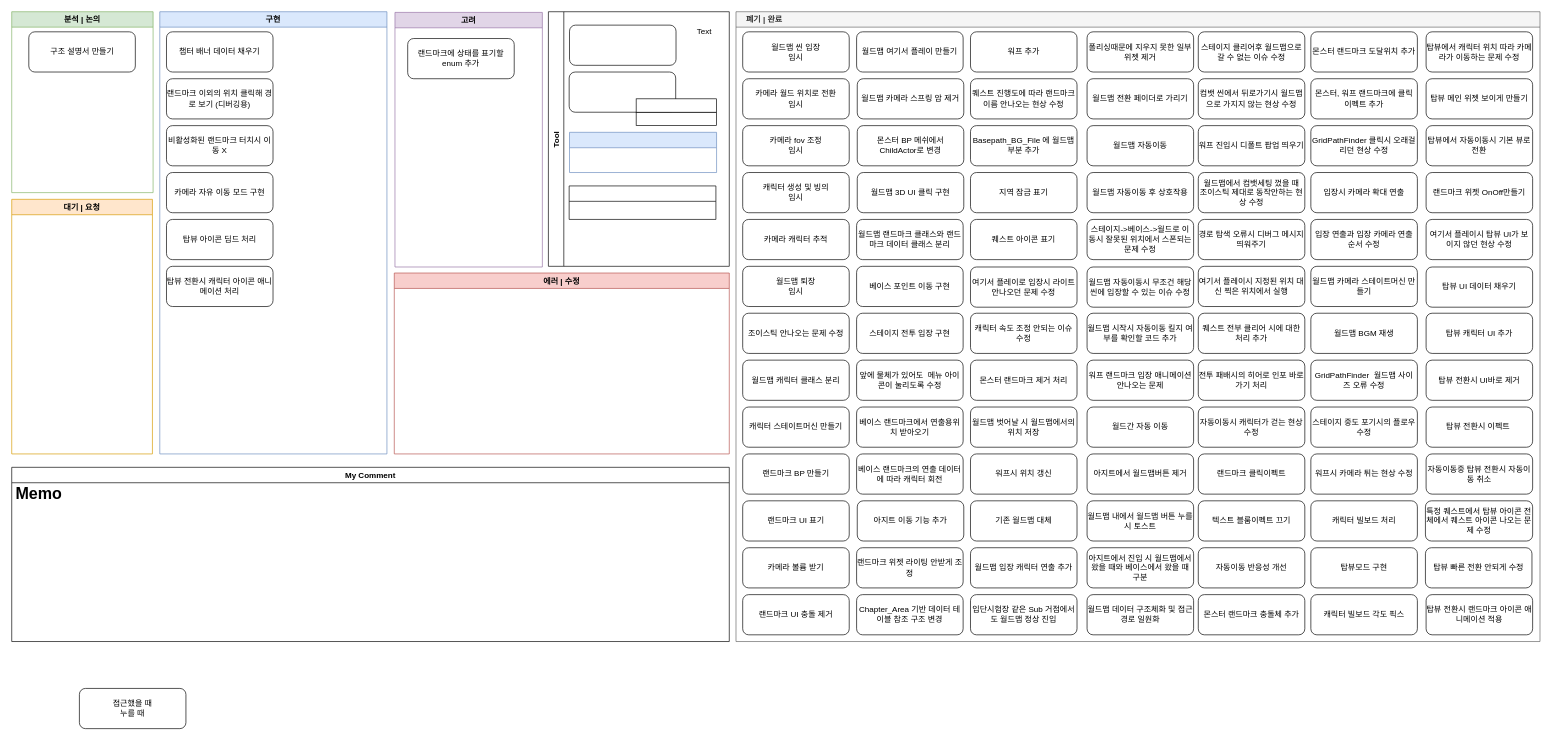
Earlier version of the draw.io diagram 스테이지 자동진행 진행상황.drawio (Endorr/Job-Board). Source tidied: cells renumbered, new cells numbered last; positions are measured from the earlier drawing's top-left corner, leaving out a move shared by most shapes. Both pictures are drawn from the tidied source at 67%, with x=0, y=0 at pixel (11, 11).
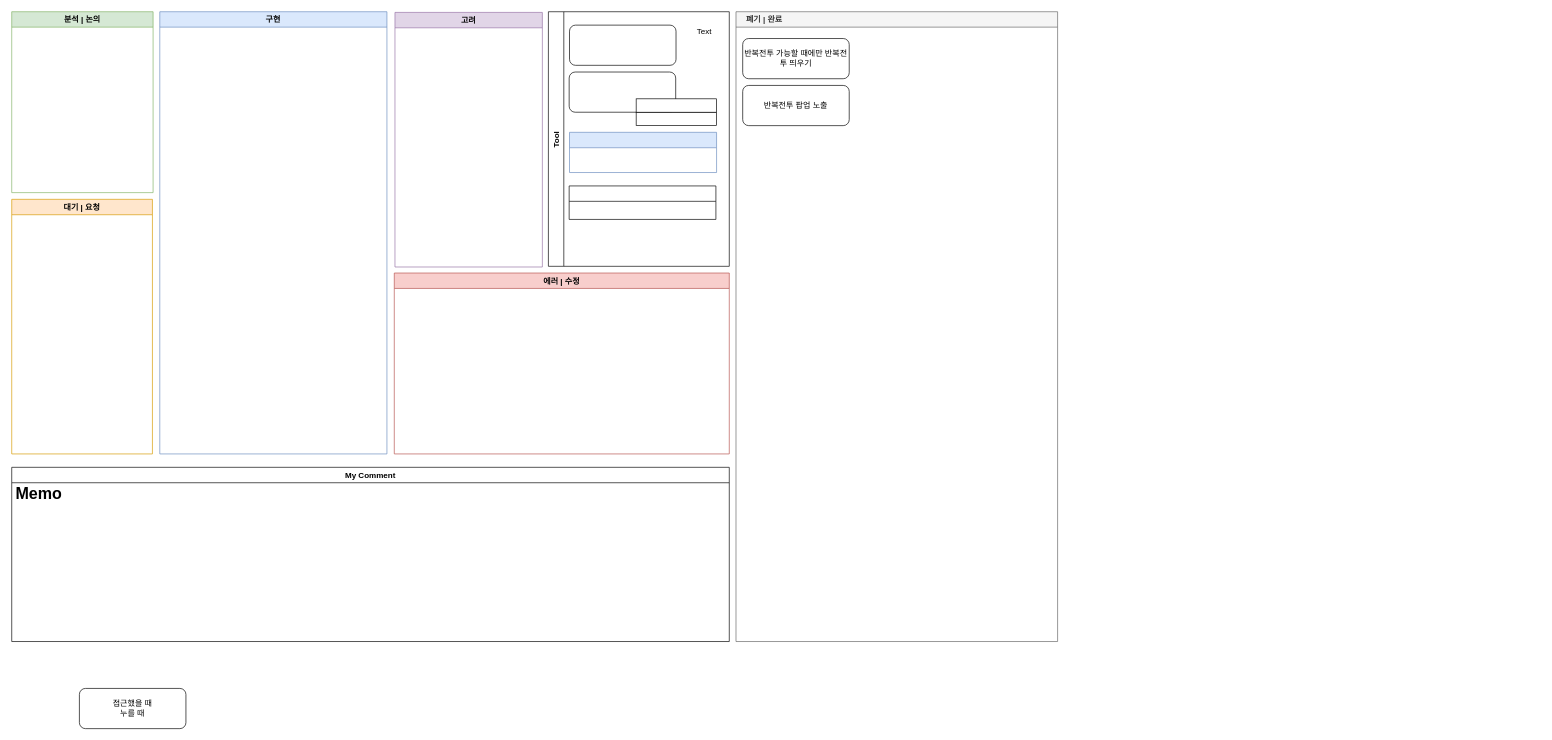
Above is the later version.

Commit message:
Update 스테이지 자동진행 진행상황.drawio

Unchanged cells that the change refers to:
```xml
<mxCell id="2" value="구현" style="swimlane;fillColor=#dae8fc;strokeColor=#6c8ebf;" parent="1" vertex="1">
  <mxGeometry x="221" width="339" height="660" as="geometry" />
</mxCell>
<mxCell id="9" value="분석 | 논의" style="swimlane;strokeColor=#82b366;fillColor=#D5E8D4;" parent="1" vertex="1">
  <mxGeometry width="211" height="270" as="geometry" />
</mxCell>
<mxCell id="11" value="고려" style="swimlane;fillColor=#e1d5e7;strokeColor=#9673a6;" parent="1" vertex="1">
  <mxGeometry x="572" y="1" width="220" height="380" as="geometry" />
</mxCell>
```

What changed in the source:
```diff
@@
-    <mxCell id="3" value="챕터 배너 데이터 채우기" style="rounded=1;whiteSpace=wrap;html=1;" parent="2" vertex="1">
-      <mxGeometry x="10" y="30" width="159" height="60" as="geometry" />
-    </mxCell>
-    <mxCell id="4" value="랜드마크 이외의 위치 클릭해 경로 보기 (디버깅용)" style="rounded=1;whiteSpace=wrap;html=1;" parent="2" vertex="1">
-      <mxGeometry x="10" y="100" width="159" height="60" as="geometry" />
-    </mxCell>
-    <mxCell id="5" value="비활성화된 랜드마크 터치시 이동 X" style="rounded=1;whiteSpace=wrap;html=1;" parent="2" vertex="1">
-      <mxGeometry x="10" y="170" width="159" height="60" as="geometry" />
-    </mxCell>
-    <mxCell id="6" value="카메라 자유 이동 모드 구현" style="rounded=1;whiteSpace=wrap;html=1;" parent="2" vertex="1">
-      <mxGeometry x="10" y="240" width="159" height="60" as="geometry" />
-    </mxCell>
-    <mxCell id="7" value="탑뷰 아이콘 딤드 처리" style="rounded=1;whiteSpace=wrap;html=1;" parent="2" vertex="1">
-      <mxGeometry x="10" y="310" width="159" height="60" as="geometry" />
-    </mxCell>
-    <mxCell id="8" value="탑뷰 전환시 캐릭터 아이콘 애니메이션 처리" style="rounded=1;whiteSpace=wrap;html=1;" parent="2" vertex="1">
-      <mxGeometry x="10" y="380" width="159" height="60" as="geometry" />
-    </mxCell>
@@
-    <mxCell id="10" value="구조 설명서 만들기" style="rounded=1;whiteSpace=wrap;html=1;" parent="9" vertex="1">
-      <mxGeometry x="25.5" y="30" width="159" height="60" as="geometry" />
-    </mxCell>
@@
-    <mxCell id="12" value="랜드마크에 상태를 표기할 enum 추가" style="rounded=1;whiteSpace=wrap;html=1;" parent="11" vertex="1">
-      <mxGeometry x="19" y="39" width="159" height="60" as="geometry" />
-    </mxCell>
@@
     <mxCell id="15" value="    폐기 | 완료" style="swimlane;strokeColor=#666666;fillColor=#f5f5f5;fontColor=#333333;align=left;" parent="1" vertex="1">
-      <mxGeometry x="1081" width="1200" height="940" as="geometry" />
+      <mxGeometry x="1081" width="480" height="940" as="geometry" />
     </mxCell>
-    <mxCell id="16" value="월드맵 씬 입장&lt;br&gt;임시" style="rounded=1;whiteSpace=wrap;html=1;" parent="15" vertex="1">
-      <mxGeometry x="10" y="30" width="159" height="60" as="geometry" />
-    </mxCell>
-    <mxCell id="17" value="카메라 월드 위치로 전환&lt;br&gt;임시" style="rounded=1;whiteSpace=wrap;html=1;" parent="15" vertex="1">
-      <mxGeometry x="10" y="100" width="159" height="60" as="geometry" />
-    </mxCell>
-    <mxCell id="18" value="카메라 fov 조정&lt;br&gt;임시" style="rounded=1;whiteSpace=wrap;html=1;" parent="15" vertex="1">
-      <mxGeometry x="10" y="170" width="159" height="60" as="geometry" />
-    </mxCell>
-    <mxCell id="19" value="캐릭터 생성 및 빙의&lt;br&gt;임시" style="rounded=1;whiteSpace=wrap;html=1;" parent="15" vertex="1">
-      <mxGeometry x="10" y="240" width="159" height="60" as="geometry" />
-    </mxCell>
-    <mxCell id="20" value="카메라 캐릭터 추적" style="rounded=1;whiteSpace=wrap;html=1;" parent="15" vertex="1">
-      <mxGeometry x="10" y="310" width="159" height="60" as="geometry" />
-    </mxCell>
-    <mxCell id="21" value="월드맵 퇴장&lt;br&gt;임시" style="rounded=1;whiteSpace=wrap;html=1;" parent="15" vertex="1">
-      <mxGeometry x="10" y="380" width="159" height="60" as="geometry" />
-    </mxCell>
-    <mxCell id="22" value="조이스틱 안나오는 문제 수정" style="rounded=1;whiteSpace=wrap;html=1;" parent="15" vertex="1">
-      <mxGeometry x="10" y="450" width="159" height="60" as="geometry" />
-    </mxCell>
-    <mxCell id="23" value="월드맵 캐릭터 클래스 분리" style="rounded=1;whiteSpace=wrap;html=1;" parent="15" vertex="1">
-      <mxGeometry x="10" y="520" width="159" height="60" as="geometry" />
-    </mxCell>
-    <mxCell id="24" value="캐릭터 스테이트머신 만들기" style="rounded=1;whiteSpace=wrap;html=1;" parent="15" vertex="1">
-      <mxGeometry x="10" y="590" width="159" height="60" as="geometry" />
-    </mxCell>
-    <mxCell id="25" value="랜드마크 BP 만들기" style="rounded=1;whiteSpace=wrap;html=1;" parent="15" vertex="1">
-      <mxGeometry x="10" y="660" width="159" height="60" as="geometry" />
-    </mxCell>
-    <mxCell id="26" value="랜드마크 UI 표기" style="rounded=1;whiteSpace=wrap;html=1;" parent="15" vertex="1">
-      <mxGeometry x="10" y="730" width="159" height="60" as="geometry" />
-    </mxCell>
-    <mxCell id="27" value="카메라 볼륨 받기" style="rounded=1;whiteSpace=wrap;html=1;" parent="15" vertex="1">
-      <mxGeometry x="10" y="800" width="159" height="60" as="geometry" />
-    </mxCell>
-    <mxCell id="28" value="랜드마크 UI 충돌 제거" style="rounded=1;whiteSpace=wrap;html=1;" parent="15" vertex="1">
-      <mxGeometry x="10" y="870" width="159" height="60" as="geometry" />
-    </mxCell>
-    <mxCell id="29" value="월드맵 여기서 플레이 만들기" style="rounded=1;whiteSpace=wrap;html=1;" parent="15" vertex="1">
-      <mxGeometry x="180" y="30" width="159" height="60" as="geometry" />
-    </mxCell>
-    <mxCell id="30" value="월드맵 카메라 스프링 암 제거" style="rounded=1;whiteSpace=wrap;html=1;" parent="15" vertex="1">
-      <mxGeometry x="181" y="100" width="159" height="60" as="geometry" />
-    </mxCell>
-    <mxCell id="31" value="몬스터 BP 메쉬에서 ChildActor로 변경" style="rounded=1;whiteSpace=wrap;html=1;" parent="15" vertex="1">
-      <mxGeometry x="181" y="170" width="159" height="60" as="geometry" />
-    </mxCell>
-    <mxCell id="32" value="월드맵 3D UI 클릭 구현" style="rounded=1;whiteSpace=wrap;html=1;" parent="15" vertex="1">
-      <mxGeometry x="181" y="240" width="159" height="60" as="geometry" />
-    </mxCell>
-    <mxCell id="33" value="월드맵 랜드마크 클래스와 랜드마크 데이터 클래스 분리" style="rounded=1;whiteSpace=wrap;html=1;" parent="15" vertex="1">
-      <mxGeometry x="180" y="310" width="159" height="60" as="geometry" />
-    </mxCell>
-    <mxCell id="34" value="베이스 포인트 이동 구현" style="rounded=1;whiteSpace=wrap;html=1;" parent="15" vertex="1">
-      <mxGeometry x="180" y="380" width="159" height="60" as="geometry" />
-    </mxCell>
-    <mxCell id="35" value="스테이지 전투 입장 구현" style="rounded=1;whiteSpace=wrap;html=1;" parent="15" vertex="1">
-      <mxGeometry x="180" y="450" width="159" height="60" as="geometry" />
-    </mxCell>
-    <mxCell id="36" value="앞에 물체가 있어도&amp;nbsp; 메뉴 아이콘이 눌리도록 수정" style="rounded=1;whiteSpace=wrap;html=1;" parent="15" vertex="1">
-      <mxGeometry x="180" y="520" width="159" height="60" as="geometry" />
-    </mxCell>
-    <mxCell id="37" value="베이스 랜드마크에서 연출용위치 받아오기" style="rounded=1;whiteSpace=wrap;html=1;" parent="15" vertex="1">
-      <mxGeometry x="180" y="590" width="159" height="60" as="geometry" />
-    </mxCell>
-    <mxCell id="38" value="베이스 랜드마크의 연출 데이터에 따라 캐릭터 회전" style="rounded=1;whiteSpace=wrap;html=1;" parent="15" vertex="1">
-      <mxGeometry x="180" y="660" width="159" height="60" as="geometry" />
-    </mxCell>
-    <mxCell id="39" value="아지트 이동 기능 추가" style="rounded=1;whiteSpace=wrap;html=1;" parent="15" vertex="1">
-      <mxGeometry x="181" y="730" width="159" height="60" as="geometry" />
-    </mxCell>
-    <mxCell id="40" value="랜드마크 위젯 라이팅 안받게 조정" style="rounded=1;whiteSpace=wrap;html=1;" parent="15" vertex="1">
-      <mxGeometry x="180" y="800" width="159" height="60" as="geometry" />
-    </mxCell>
-    <mxCell id="41" value="Chapter_Area 기반 데이터 테이블 참조 구조 변경" style="rounded=1;whiteSpace=wrap;html=1;" parent="15" vertex="1">
-      <mxGeometry x="180" y="870" width="159" height="60" as="geometry" />
-    </mxCell>
-    <mxCell id="42" value="워프 추가" style="rounded=1;whiteSpace=wrap;html=1;" parent="15" vertex="1">
-      <mxGeometry x="350" y="30" width="159" height="60" as="geometry" />
-    </mxCell>
-    <mxCell id="43" value="퀘스트 진행도에 따라 랜드마크 이름 안나오는 현상 수정" style="rounded=1;whiteSpace=wrap;html=1;" parent="15" vertex="1">
-      <mxGeometry x="350" y="100" width="159" height="60" as="geometry" />
-    </mxCell>
-    <mxCell id="44" value="Basepath_BG_File 에 월드맵 부분 추가" style="rounded=1;whiteSpace=wrap;html=1;" parent="15" vertex="1">
-      <mxGeometry x="350" y="170" width="159" height="60" as="geometry" />
-    </mxCell>
-    <mxCell id="45" value="지역 잠금 표기" style="rounded=1;whiteSpace=wrap;html=1;" parent="15" vertex="1">
-      <mxGeometry x="350" y="240" width="159" height="60" as="geometry" />
-    </mxCell>
-    <mxCell id="46" value="퀘스트 아이콘 표기" style="rounded=1;whiteSpace=wrap;html=1;" parent="15" vertex="1">
-      <mxGeometry x="350" y="310" width="159" height="60" as="geometry" />
-    </mxCell>
-    <mxCell id="47" value="여기서 플레이로 입장시 라이트 안나오던 문제 수정" style="rounded=1;whiteSpace=wrap;html=1;" parent="15" vertex="1">
-      <mxGeometry x="350" y="381" width="159" height="60" as="geometry" />
-    </mxCell>
-    <mxCell id="48" value="캐릭터 속도 조정 안되는 이슈 수정" style="rounded=1;whiteSpace=wrap;html=1;" parent="15" vertex="1">
-      <mxGeometry x="350" y="450" width="159" height="60" as="geometry" />
-    </mxCell>
-    <mxCell id="49" value="몬스터 랜드마크 제거 처리" style="rounded=1;whiteSpace=wrap;html=1;" parent="15" vertex="1">
-      <mxGeometry x="350" y="520" width="159" height="60" as="geometry" />
-    </mxCell>
-    <mxCell id="50" value="월드맵 벗어날 시 월드맵에서의 위치 저장" style="rounded=1;whiteSpace=wrap;html=1;" parent="15" vertex="1">
-      <mxGeometry x="350" y="590" width="159" height="60" as="geometry" />
-    </mxCell>
-    <mxCell id="51" value="워프시 위치 갱신" style="rounded=1;whiteSpace=wrap;html=1;" parent="15" vertex="1">
-      <mxGeometry x="350" y="660" width="159" height="60" as="geometry" />
-    </mxCell>
-    <mxCell id="52" value="기존 월드맵 대체" style="rounded=1;whiteSpace=wrap;html=1;" parent="15" vertex="1">
-      <mxGeometry x="350" y="730" width="159" height="60" as="geometry" />
-    </mxCell>
-    <mxCell id="53" value="월드맵 입장 캐릭터 연출 추가" style="rounded=1;whiteSpace=wrap;html=1;" parent="15" vertex="1">
-      <mxGeometry x="350" y="800" width="159" height="60" as="geometry" />
-    </mxCell>
-    <mxCell id="54" value="입단시험장 같은 Sub 거점에서도 월드맵 정상 진입" style="rounded=1;whiteSpace=wrap;html=1;" parent="15" vertex="1">
-      <mxGeometry x="350" y="870" width="159" height="60" as="geometry" />
-    </mxCell>
-    <mxCell id="55" value="폴리싱때문에 지우지 못한 일부 위젯 제거" style="rounded=1;whiteSpace=wrap;html=1;" parent="15" vertex="1">
-      <mxGeometry x="524" y="30" width="159" height="60" as="geometry" />
-    </mxCell>
-    <mxCell id="56" value="월드맵 전환 페이더로 가리기" style="rounded=1;whiteSpace=wrap;html=1;" parent="15" vertex="1">
-      <mxGeometry x="524" y="100" width="159" height="60" as="geometry" />
-    </mxCell>
-    <mxCell id="57" value="월드맵 자동이동" style="rounded=1;whiteSpace=wrap;html=1;" parent="15" vertex="1">
-      <mxGeometry x="524" y="170" width="159" height="60" as="geometry" />
-    </mxCell>
-    <mxCell id="58" value="월드맵 자동이동 후 상호작용" style="rounded=1;whiteSpace=wrap;html=1;" parent="15" vertex="1">
-      <mxGeometry x="524" y="240" width="159" height="60" as="geometry" />
-    </mxCell>
-    <mxCell id="59" value="스테이지-&amp;gt;베이스-&amp;gt;월드로 이동시 잘못된 위치에서 스폰되는 문제 수정" style="rounded=1;whiteSpace=wrap;html=1;" parent="15" vertex="1">
-      <mxGeometry x="524" y="310" width="159" height="60" as="geometry" />
-    </mxCell>
-    <mxCell id="60" value="월드맵 자동이동시 무조건 해당 씬에 입장할 수 있는 이슈 수정" style="rounded=1;whiteSpace=wrap;html=1;" parent="15" vertex="1">
-      <mxGeometry x="524" y="381" width="159" height="60" as="geometry" />
-    </mxCell>
-    <mxCell id="61" value="월드맵 시작시 자동이동 킬지 여부를 확인할 코드 추가" style="rounded=1;whiteSpace=wrap;html=1;" parent="15" vertex="1">
-      <mxGeometry x="524" y="450" width="159" height="60" as="geometry" />
-    </mxCell>
-    <mxCell id="62" value="워프 랜드마크 입장 애니메이션 안나오는 문제" style="rounded=1;whiteSpace=wrap;html=1;" parent="15" vertex="1">
-      <mxGeometry x="524" y="520" width="159" height="60" as="geometry" />
-    </mxCell>
-    <mxCell id="63" value="월드간 자동 이동" style="rounded=1;whiteSpace=wrap;html=1;" parent="15" vertex="1">
-      <mxGeometry x="524" y="590" width="159" height="60" as="geometry" />
-    </mxCell>
-    <mxCell id="64" value="아지트에서 월드맵버튼 제거" style="rounded=1;whiteSpace=wrap;html=1;" parent="15" vertex="1">
-      <mxGeometry x="524" y="660" width="159" height="60" as="geometry" />
-    </mxCell>
-    <mxCell id="65" value="월드맵 내에서 월드맵 버튼 누를 시 토스트" style="rounded=1;whiteSpace=wrap;html=1;" parent="15" vertex="1">
-      <mxGeometry x="524" y="730" width="159" height="60" as="geometry" />
-    </mxCell>
-    <mxCell id="66" value="아지트에서 진입 시 월드맵에서 왔을 때와 베이스에서 왔을 때 구분" style="rounded=1;whiteSpace=wrap;html=1;" parent="15" vertex="1">
-      <mxGeometry x="524" y="800" width="159" height="60" as="geometry" />
-    </mxCell>
-    <mxCell id="67" value="월드맵 데이터 구조체화 및 접근 경로 일원화" style="rounded=1;whiteSpace=wrap;html=1;" parent="15" vertex="1">
-      <mxGeometry x="524" y="870" width="159" height="60" as="geometry" />
-    </mxCell>
-    <mxCell id="68" value="스테이지 클리어후 월드맵으로 갈 수 없는 이슈 수정" style="rounded=1;whiteSpace=wrap;html=1;" parent="15" vertex="1">
-      <mxGeometry x="690" y="30" width="159" height="60" as="geometry" />
-    </mxCell>
-    <mxCell id="69" value="컴뱃 씬에서 뒤로가기시 월드맵으로 가지지 않는 현상 수정" style="rounded=1;whiteSpace=wrap;html=1;" parent="15" vertex="1">
-      <mxGeometry x="690" y="100" width="159" height="60" as="geometry" />
-    </mxCell>
-    <mxCell id="70" value="워프 진입시 디폴트 팝업 띄우기" style="rounded=1;whiteSpace=wrap;html=1;" parent="15" vertex="1">
-      <mxGeometry x="690" y="170" width="159" height="60" as="geometry" />
-    </mxCell>
-    <mxCell id="71" value="월드맵에서 컴뱃세팅 껐을 때&lt;br&gt;조이스틱 제대로 동작안하는 현상 수정" style="rounded=1;whiteSpace=wrap;html=1;" parent="15" vertex="1">
-      <mxGeometry x="690" y="240" width="159" height="60" as="geometry" />
-    </mxCell>
-    <mxCell id="72" value="경로 탐색 오류시 디버그 메시지 띄워주기" style="rounded=1;whiteSpace=wrap;html=1;" parent="15" vertex="1">
-      <mxGeometry x="690" y="310" width="159" height="60" as="geometry" />
-    </mxCell>
-    <mxCell id="73" value="여기서 플레이시 지정된 위치 대신 찍은 위치에서 실행" style="rounded=1;whiteSpace=wrap;html=1;" parent="15" vertex="1">
-      <mxGeometry x="690" y="380" width="159" height="60" as="geometry" />
-    </mxCell>
-    <mxCell id="74" value="퀘스트 전부 클리어 시에 대한 처리 추가" style="rounded=1;whiteSpace=wrap;html=1;" parent="15" vertex="1">
-      <mxGeometry x="690" y="450" width="159" height="60" as="geometry" />
-    </mxCell>
-    <mxCell id="75" value="전투 패배시의 히어로 인포 바로가기 처리" style="rounded=1;whiteSpace=wrap;html=1;" parent="15" vertex="1">
-      <mxGeometry x="690" y="520" width="159" height="60" as="geometry" />
-    </mxCell>
-    <mxCell id="76" value="자동이동시 캐릭터가 걷는 현상 수정" style="rounded=1;whiteSpace=wrap;html=1;" parent="15" vertex="1">
-      <mxGeometry x="690" y="590" width="159" height="60" as="geometry" />
-    </mxCell>
-    <mxCell id="77" value="랜드마크 클릭이펙트" style="rounded=1;whiteSpace=wrap;html=1;" parent="15" vertex="1">
-      <mxGeometry x="690" y="660" width="159" height="60" as="geometry" />
-    </mxCell>
-    <mxCell id="78" value="텍스트 블룸이펙트 끄기" style="rounded=1;whiteSpace=wrap;html=1;" parent="15" vertex="1">
-      <mxGeometry x="690" y="730" width="159" height="60" as="geometry" />
-    </mxCell>
-    <mxCell id="79" value="자동이동 반응성 개선" style="rounded=1;whiteSpace=wrap;html=1;" parent="15" vertex="1">
-      <mxGeometry x="690" y="800" width="159" height="60" as="geometry" />
-    </mxCell>
-    <mxCell id="80" value="몬스터 랜드마크 충돌체 추가" style="rounded=1;whiteSpace=wrap;html=1;" parent="15" vertex="1">
-      <mxGeometry x="690" y="870" width="159" height="60" as="geometry" />
-    </mxCell>
-    <mxCell id="81" value="몬스터 랜드마크 도달위치 추가" style="rounded=1;whiteSpace=wrap;html=1;" parent="15" vertex="1">
-      <mxGeometry x="858" y="30" width="159" height="60" as="geometry" />
-    </mxCell>
-    <mxCell id="82" value="몬스터, 워프 랜드마크에 클릭 이펙트 추가" style="rounded=1;whiteSpace=wrap;html=1;" parent="15" vertex="1">
-      <mxGeometry x="858" y="100" width="159" height="60" as="geometry" />
-    </mxCell>
-    <mxCell id="83" value="GridPathFinder 클릭시 오래걸리던 현상 수정" style="rounded=1;whiteSpace=wrap;html=1;" parent="15" vertex="1">
-      <mxGeometry x="858" y="170" width="159" height="60" as="geometry" />
-    </mxCell>
-    <mxCell id="84" value="입장시 카메라 확대 연출" style="rounded=1;whiteSpace=wrap;html=1;" parent="15" vertex="1">
-      <mxGeometry x="858" y="240" width="159" height="60" as="geometry" />
-    </mxCell>
-    <mxCell id="85" value="입장 연출과 입장 카메라 연출 순서 수정" style="rounded=1;whiteSpace=wrap;html=1;" parent="15" vertex="1">
-      <mxGeometry x="858" y="310" width="159" height="60" as="geometry" />
-    </mxCell>
-    <mxCell id="86" value="월드맵 카메라 스테이트머신 만들기" style="rounded=1;whiteSpace=wrap;html=1;" parent="15" vertex="1">
-      <mxGeometry x="858" y="380" width="159" height="60" as="geometry" />
-    </mxCell>
-    <mxCell id="87" value="월드맵 BGM 재생" style="rounded=1;whiteSpace=wrap;html=1;" parent="15" vertex="1">
-      <mxGeometry x="858" y="450" width="159" height="60" as="geometry" />
-    </mxCell>
-    <mxCell id="88" value="GridPathFinder&amp;nbsp; 월드맵 사이즈 오류 수정" style="rounded=1;whiteSpace=wrap;html=1;" parent="15" vertex="1">
-      <mxGeometry x="858" y="520" width="159" height="60" as="geometry" />
-    </mxCell>
-    <mxCell id="89" value="스테이지 중도 포기시의 플로우 수정" style="rounded=1;whiteSpace=wrap;html=1;" parent="15" vertex="1">
-      <mxGeometry x="858" y="590" width="159" height="60" as="geometry" />
-    </mxCell>
-    <mxCell id="90" value="워프시 카메라 튀는 현상 수정" style="rounded=1;whiteSpace=wrap;html=1;" parent="15" vertex="1">
-      <mxGeometry x="858" y="660" width="159" height="60" as="geometry" />
-    </mxCell>
-    <mxCell id="91" value="캐릭터 빌보드 처리" style="rounded=1;whiteSpace=wrap;html=1;" parent="15" vertex="1">
-      <mxGeometry x="858" y="730" width="159" height="60" as="geometry" />
-    </mxCell>
-    <mxCell id="92" value="탑뷰모드 구현" style="rounded=1;whiteSpace=wrap;html=1;" parent="15" vertex="1">
-      <mxGeometry x="858" y="800" width="159" height="60" as="geometry" />
-    </mxCell>
-    <mxCell id="93" value="캐릭터 빌보드 각도 픽스" style="rounded=1;whiteSpace=wrap;html=1;" parent="15" vertex="1">
-      <mxGeometry x="858" y="870" width="159" height="60" as="geometry" />
-    </mxCell>
-    <mxCell id="94" value="탑뷰에서 캐릭터 위치 따라 카메라가 이동하는 문제 수정" style="rounded=1;whiteSpace=wrap;html=1;" parent="15" vertex="1">
-      <mxGeometry x="1030" y="30" width="159" height="60" as="geometry" />
-    </mxCell>
-    <mxCell id="95" value="탑뷰 메인 위젯 보이게 만들기" style="rounded=1;whiteSpace=wrap;html=1;" parent="15" vertex="1">
-      <mxGeometry x="1030" y="100" width="159" height="60" as="geometry" />
-    </mxCell>
-    <mxCell id="96" value="탑뷰에서 자동이동시 기본 뷰로 전환" style="rounded=1;whiteSpace=wrap;html=1;" parent="15" vertex="1">
-      <mxGeometry x="1030" y="170" width="159" height="60" as="geometry" />
-    </mxCell>
-    <mxCell id="97" value="랜드마크 위젯 OnOff만들기" style="rounded=1;whiteSpace=wrap;html=1;" parent="15" vertex="1">
-      <mxGeometry x="1030" y="240" width="159" height="60" as="geometry" />
-    </mxCell>
-    <mxCell id="98" value="여기서 플레이시 탑뷰 UI가 보이지 않던 현상 수정" style="rounded=1;whiteSpace=wrap;html=1;" parent="15" vertex="1">
-      <mxGeometry x="1030" y="310" width="159" height="60" as="geometry" />
-    </mxCell>
-    <mxCell id="99" value="탑뷰 UI 데이터 채우기" style="rounded=1;whiteSpace=wrap;html=1;" parent="15" vertex="1">
-      <mxGeometry x="1030" y="381" width="159" height="60" as="geometry" />
-    </mxCell>
-    <mxCell id="100" value="탑뷰 캐릭터 UI 추가" style="rounded=1;whiteSpace=wrap;html=1;" parent="15" vertex="1">
-      <mxGeometry x="1030" y="450" width="159" height="60" as="geometry" />
-    </mxCell>
-    <mxCell id="101" value="탑뷰 전환시 UI바로 제거" style="rounded=1;whiteSpace=wrap;html=1;" parent="15" vertex="1">
-      <mxGeometry x="1030" y="520" width="159" height="60" as="geometry" />
-    </mxCell>
-    <mxCell id="102" value="탑뷰 전환시 이펙트&amp;nbsp;" style="rounded=1;whiteSpace=wrap;html=1;" parent="15" vertex="1">
-      <mxGeometry x="1030" y="590" width="159" height="60" as="geometry" />
-    </mxCell>
-    <mxCell id="103" value="자동이동중 탑뷰 전환시 자동이동 취소" style="rounded=1;whiteSpace=wrap;html=1;" parent="15" vertex="1">
-      <mxGeometry x="1030" y="660" width="159" height="60" as="geometry" />
-    </mxCell>
-    <mxCell id="104" value="특정 퀘스트에서 탑뷰 아이콘 전체에서 퀘스트 아이콘 나오는 문제 수정" style="rounded=1;whiteSpace=wrap;html=1;" parent="15" vertex="1">
-      <mxGeometry x="1029" y="730" width="160" height="60" as="geometry" />
-    </mxCell>
-    <mxCell id="105" value="탑뷰 빠른 전환 안되게 수정" style="rounded=1;whiteSpace=wrap;html=1;" parent="15" vertex="1">
-      <mxGeometry x="1029" y="800" width="159" height="60" as="geometry" />
-    </mxCell>
-    <mxCell id="106" value="탑뷰 전환시 랜드마크 아이콘 애니메이션 적용" style="rounded=1;whiteSpace=wrap;html=1;" parent="15" vertex="1">
-      <mxGeometry x="1030" y="870" width="159" height="60" as="geometry" />
-    </mxCell>
+    <mxCell id="119" value="반복전투 가능할 때에만 반복전투 띄우기" style="rounded=1;whiteSpace=wrap;html=1;" parent="15" vertex="1">
+      <mxGeometry x="10" y="40" width="159" height="60" as="geometry" />
+    </mxCell>
+    <mxCell id="120" value="반복전투 팝업 노출" style="rounded=1;whiteSpace=wrap;html=1;" parent="15" vertex="1">
+      <mxGeometry x="10" y="110" width="159" height="60" as="geometry" />
+    </mxCell>
```
